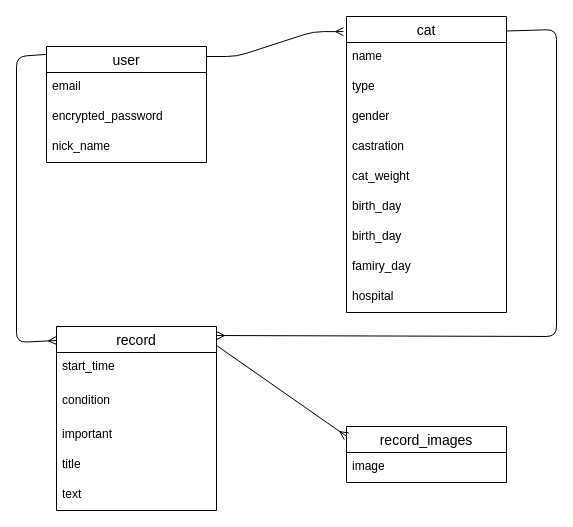
This is .goyangi_health.dio from tncnkncntncn/goyangi_health, a draw.io file, before an edit. Source tidied: cells renumbered, new cells numbered last; positions are measured from the earlier drawing's top-left corner, leaving out a move shared by most shapes. Both pictures are drawn from the tidied source at 100%, with x=0, y=0 at pixel (16, 16).
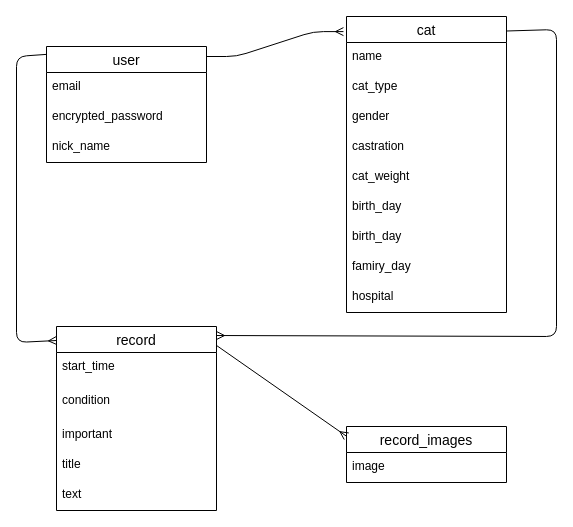
After the change.

Unchanged cells that the change refers to:
```xml
<mxCell id="6" value="cat" style="swimlane;fontStyle=0;horizontal=1;startSize=26;align=center;fontSize=14;" parent="1" vertex="1">
  <mxGeometry x="330" width="160" height="296" as="geometry" />
</mxCell>
```

Diff of the diagram source:
```diff
@@
-    <mxCell id="8" value="type&#10;" style="text;strokeColor=none;fillColor=none;spacingLeft=4;spacingRight=4;overflow=hidden;fontSize=12;" parent="6" vertex="1">
+    <mxCell id="8" value="cat_type&#10;" style="text;strokeColor=none;fillColor=none;spacingLeft=4;spacingRight=4;overflow=hidden;fontSize=12;" parent="6" vertex="1">
       <mxGeometry y="56" width="160" height="30" as="geometry" />
     </mxCell>
```
